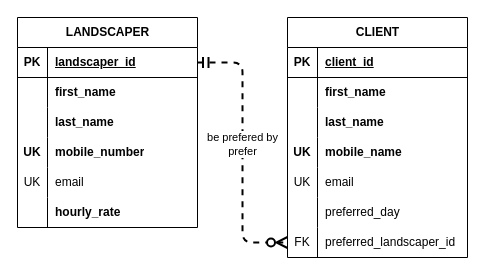
Earlier version of the draw.io diagram page "P0201b" (2 of 3) of relational-database-design/chapter2/P0201.drawio (qichendev/assignments). Source tidied: cells renumbered, new cells numbered last; positions are measured from the earlier drawing's top-left corner, leaving out a move shared by most shapes. Both pictures are drawn from the tidied source at 100%, with x=0, y=0 at pixel (17, 17).
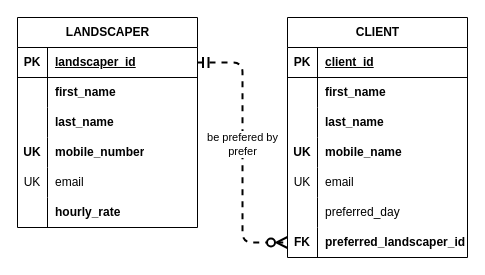
After the change.

The change refers to these unchanged cells:
```xml
<mxCell id="40" style="shape=tableRow;horizontal=0;startSize=0;swimlaneHead=0;swimlaneBody=0;fillColor=none;points=[[0,0.5],[1,0.5]];portConstraint=eastwest;top=0;left=0;right=0;bottom=0;" parent="21" vertex="1">
  <mxGeometry y="210" width="180" height="30" as="geometry" />
</mxCell>
```

What changed in the source:
```diff
@@
-    <mxCell id="41" value="FK" style="shape=partialRectangle;fillColor=none;top=0;left=0;bottom=0;right=0;overflow=hidden;whiteSpace=wrap;html=1;fontStyle=0;" parent="40" vertex="1">
+    <mxCell id="41" value="FK" style="shape=partialRectangle;fillColor=none;top=0;left=0;bottom=0;right=0;overflow=hidden;whiteSpace=wrap;html=1;fontStyle=1;" parent="40" vertex="1">
       <mxGeometry width="30" height="30" as="geometry" />
     </mxCell>
-    <mxCell id="42" value="preferred_landscaper_id" style="shape=partialRectangle;fillColor=none;top=0;left=0;bottom=0;right=0;align=left;spacingLeft=6;overflow=hidden;whiteSpace=wrap;html=1;fontStyle=0;" parent="40" vertex="1">
+    <mxCell id="42" value="preferred_landscaper_id" style="shape=partialRectangle;fillColor=none;top=0;left=0;bottom=0;right=0;align=left;spacingLeft=6;overflow=hidden;whiteSpace=wrap;html=1;fontStyle=1;" parent="40" vertex="1">
       <mxGeometry x="30" width="150" height="30" as="geometry" />
     </mxCell>
```
